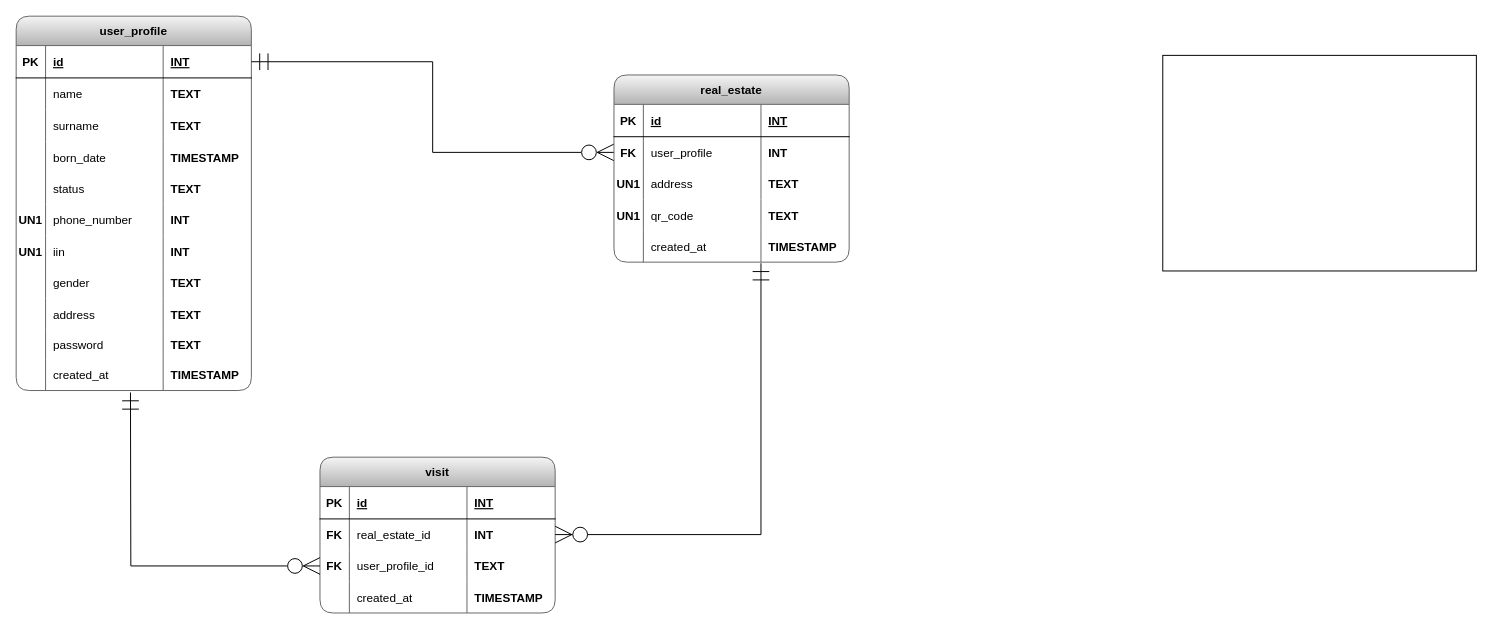
Above: ERD/erd.drawio in mskydream/ashyq (draw.io), before the change. Source tidied: cells renumbered, new cells numbered last; positions are measured from the earlier drawing's top-left corner, leaving out a move shared by most shapes. Both pictures are drawn from the tidied source at 98%, with x=0, y=0 at pixel (-112, 16).
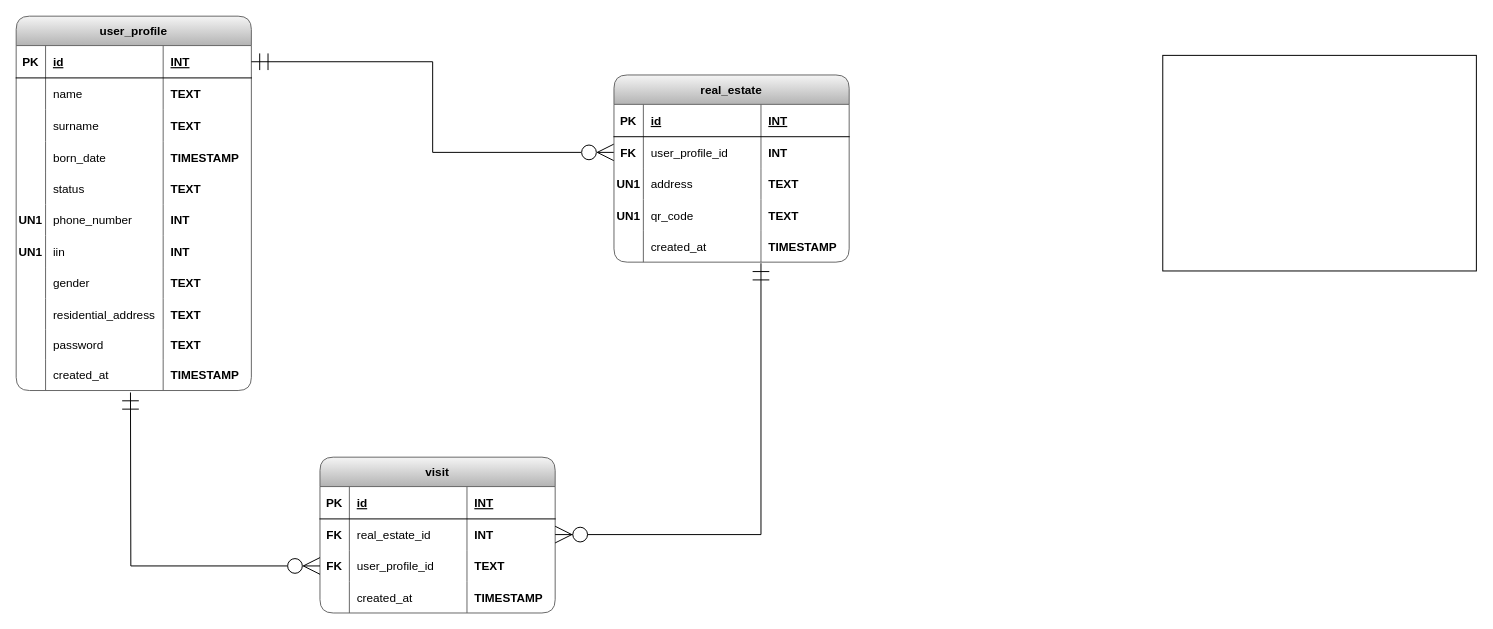
After the change.

Commit message:
changed userz-profile table

Unchanged cells that the change refers to:
```xml
<mxCell id="35" style="shape=tableRow;horizontal=0;startSize=0;swimlaneHead=0;swimlaneBody=0;fillColor=none;top=0;left=0;right=0;bottom=0;" parent="2" vertex="1">
  <mxGeometry y="288" width="240" height="32" as="geometry" />
</mxCell>
<mxCell id="53" style="shape=tableRow;horizontal=0;startSize=0;swimlaneHead=0;swimlaneBody=0;fillColor=none;points=[[0,0.5],[1,0.5]];portConstraint=eastwest;top=0;left=0;right=0;bottom=0;" parent="48" vertex="1">
  <mxGeometry y="63" width="240" height="32" as="geometry" />
</mxCell>
```

What changed in the source:
```diff
@@
-    <mxCell id="37" value="address" style="shape=partialRectangle;fillColor=none;top=0;left=0;bottom=0;right=0;align=left;spacingLeft=6;overflow=hidden;" parent="35" vertex="1">
+    <mxCell id="37" value="residential_address" style="shape=partialRectangle;fillColor=none;top=0;left=0;bottom=0;right=0;align=left;spacingLeft=6;overflow=hidden;" parent="35" vertex="1">
       <mxGeometry x="30" width="120" height="32" as="geometry" />
     </mxCell>
@@
-    <mxCell id="55" value="user_profile" style="shape=partialRectangle;fillColor=none;top=0;left=0;bottom=0;right=0;align=left;spacingLeft=6;overflow=hidden;" parent="53" vertex="1">
+    <mxCell id="55" value="user_profile_id" style="shape=partialRectangle;fillColor=none;top=0;left=0;bottom=0;right=0;align=left;spacingLeft=6;overflow=hidden;" parent="53" vertex="1">
       <mxGeometry x="30" width="120" height="32" as="geometry" />
     </mxCell>
```
